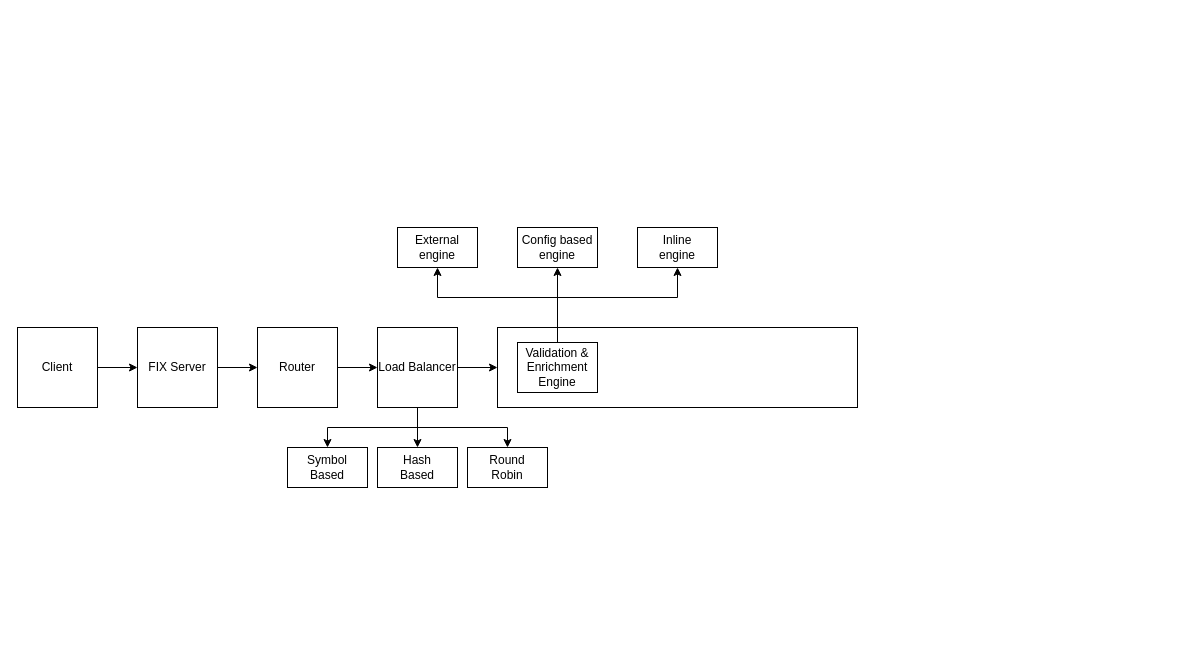
cyberlathe/tradingSystem keeps this draw.io diagram as docs/architecture.drawio. Above is the earlier version. Source tidied: cells renumbered, new cells numbered last; positions are measured from the earlier drawing's top-left corner, leaving out a move shared by most shapes. Both pictures are drawn from the tidied source at 100%, with x=0, y=0 at pixel (17, 227).
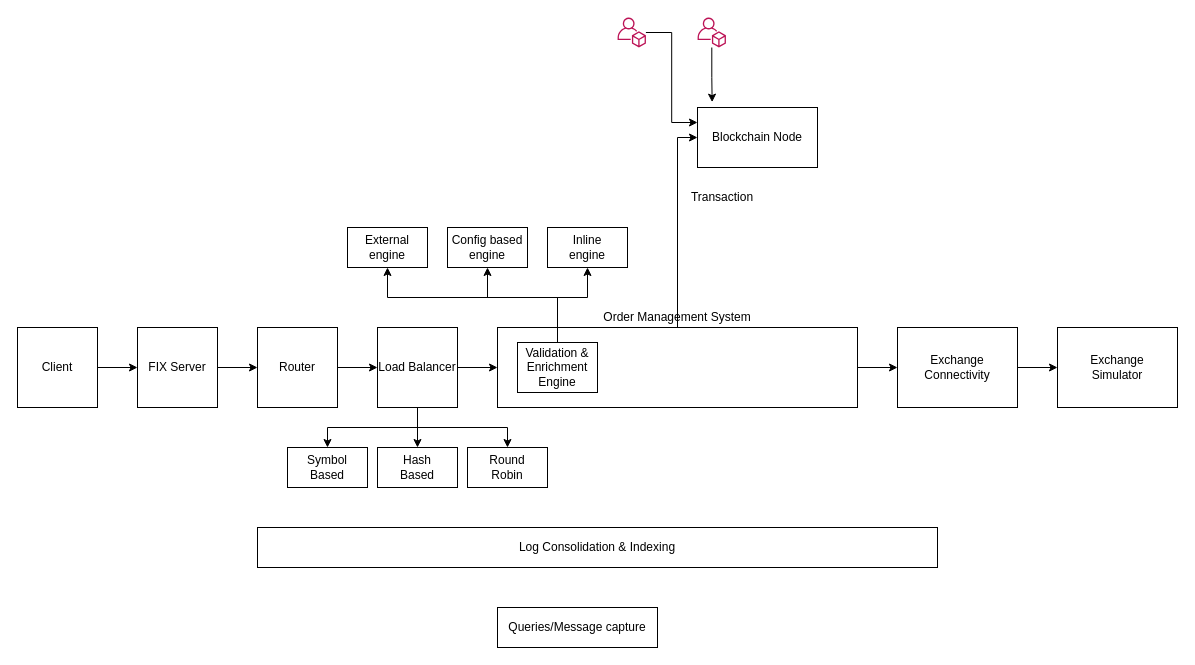
Above is the later version.

Commit message (it also covers changes not shown here):
Updating architecture diagram

The change refers to these unchanged cells:
```xml
<mxCell id="16" style="rounded=0;whiteSpace=wrap;html=1;" parent="1" vertex="1">
  <mxGeometry x="480" y="100" width="360" height="80" as="geometry" />
</mxCell>
<mxCell id="20" value="&lt;div&gt;Validation &amp;amp; Enrichment &lt;br&gt;&lt;/div&gt;&lt;div&gt;Engine&lt;/div&gt;" style="rounded=0;whiteSpace=wrap;html=1;" parent="1" vertex="1">
  <mxGeometry x="500" y="115" width="80" height="50" as="geometry" />
</mxCell>
```

Diff of the diagram source:
```diff
@@
+    <mxCell id="24" style="edgeStyle=orthogonalEdgeStyle;rounded=0;jettySize=auto;html=1;entryX=0;entryY=0.5;entryDx=0;entryDy=0;" parent="1" edge="1" source="16" target="28">
+      <mxGeometry relative="1" as="geometry" />
+    </mxCell>
+    <mxCell id="25" style="edgeStyle=orthogonalEdgeStyle;rounded=0;jettySize=auto;html=1;entryX=0;entryY=0.5;entryDx=0;entryDy=0;" parent="1" edge="1" source="16" target="32">
+      <mxGeometry relative="1" as="geometry" />
+    </mxCell>
@@
     <mxCell id="17" style="edgeStyle=orthogonalEdgeStyle;rounded=0;jettySize=auto;html=1;entryX=0.5;entryY=1;entryDx=0;entryDy=0;" parent="1" edge="1" source="20" target="21">
-      <mxGeometry relative="1" as="geometry" />
+      <mxGeometry relative="1" as="geometry">
+        <Array as="points">
+          <mxPoint x="540" y="70" />
+          <mxPoint x="470" y="70" />
+        </Array>
+      </mxGeometry>
     </mxCell>
     <mxCell id="18" style="edgeStyle=orthogonalEdgeStyle;rounded=0;jettySize=auto;html=1;entryX=0.5;entryY=1;entryDx=0;entryDy=0;" parent="1" edge="1" source="20" target="23">
       <mxGeometry relative="1" as="geometry">
         <Array as="points">
           <mxPoint x="540" y="70" />
-          <mxPoint x="660" y="70" />
+          <mxPoint x="570" y="70" />
         </Array>
       </mxGeometry>
     </mxCell>
-    <mxCell id="19" style="edgeStyle=orthogonalEdgeStyle;rounded=0;jettySize=auto;html=1;" parent="1" edge="1" source="20" target="22">
+    <mxCell id="19" style="edgeStyle=orthogonalEdgeStyle;rounded=0;jettySize=auto;html=1;entryX=0.5;entryY=1;entryDx=0;entryDy=0;" parent="1" edge="1" source="20" target="22">
       <mxGeometry relative="1" as="geometry">
         <Array as="points">
           <mxPoint x="540" y="70" />
-          <mxPoint x="420" y="70" />
+          <mxPoint x="370" y="70" />
         </Array>
       </mxGeometry>
     </mxCell>
@@
     <mxCell id="21" value="&lt;div&gt;Config based&lt;/div&gt;&lt;div&gt;engine&lt;br&gt;&lt;/div&gt;" style="rounded=0;whiteSpace=wrap;html=1;" parent="1" vertex="1">
-      <mxGeometry x="500" width="80" height="40" as="geometry" />
+      <mxGeometry x="430" width="80" height="40" as="geometry" />
     </mxCell>
     <mxCell id="22" value="External&lt;div&gt;engine&lt;br&gt;&lt;/div&gt;" style="rounded=0;whiteSpace=wrap;html=1;" parent="1" vertex="1">
-      <mxGeometry x="380" width="80" height="40" as="geometry" />
+      <mxGeometry x="330" width="80" height="40" as="geometry" />
     </mxCell>
     <mxCell id="23" value="Inline&lt;br&gt;&lt;div&gt;engine&lt;br&gt;&lt;/div&gt;" style="rounded=0;whiteSpace=wrap;html=1;" parent="1" vertex="1">
-      <mxGeometry x="620" width="80" height="40" as="geometry" />
+      <mxGeometry x="530" width="80" height="40" as="geometry" />
     </mxCell>
+    <mxCell id="26" value="Order Management System" style="text;html=1;strokeColor=none;fillColor=none;align=center;verticalAlign=middle;whiteSpace=wrap;rounded=0;" parent="1" vertex="1">
+      <mxGeometry x="560" y="80" width="200" height="20" as="geometry" />
+    </mxCell>
+    <mxCell id="27" style="edgeStyle=orthogonalEdgeStyle;rounded=0;jettySize=auto;html=1;entryX=0;entryY=0.5;entryDx=0;entryDy=0;" parent="1" edge="1" source="28" target="29">
+      <mxGeometry relative="1" as="geometry" />
+    </mxCell>
+    <mxCell id="28" value="Exchange Connectivity" style="rounded=0;whiteSpace=wrap;html=1;" parent="1" vertex="1">
+      <mxGeometry x="880" y="100" width="120" height="80" as="geometry" />
+    </mxCell>
+    <mxCell id="29" value="Exchange&lt;br&gt;Simulator" style="rounded=0;whiteSpace=wrap;html=1;" parent="1" vertex="1">
+      <mxGeometry x="1040" y="100" width="120" height="80" as="geometry" />
+    </mxCell>
+    <mxCell id="30" value="Log Consolidation &amp;amp; Indexing" style="rounded=0;whiteSpace=wrap;html=1;" parent="1" vertex="1">
+      <mxGeometry x="240" y="300" width="680" height="40" as="geometry" />
+    </mxCell>
+    <mxCell id="31" value="Queries/Message capture" style="rounded=0;whiteSpace=wrap;html=1;" parent="1" vertex="1">
+      <mxGeometry x="480" y="380" width="160" height="40" as="geometry" />
+    </mxCell>
+    <mxCell id="32" value="Blockchain Node" style="rounded=0;whiteSpace=wrap;html=1;" parent="1" vertex="1">
+      <mxGeometry x="680" y="-120" width="120" height="60" as="geometry" />
+    </mxCell>
+    <mxCell id="33" value="Transaction" style="text;html=1;strokeColor=none;fillColor=none;align=center;verticalAlign=middle;whiteSpace=wrap;rounded=0;" parent="1" vertex="1">
+      <mxGeometry x="670" y="-40" width="70" height="20" as="geometry" />
+    </mxCell>
+    <mxCell id="34" style="edgeStyle=orthogonalEdgeStyle;rounded=0;jettySize=auto;html=1;entryX=0;entryY=0.25;entryDx=0;entryDy=0;" parent="1" edge="1" source="35" target="32">
+      <mxGeometry relative="1" as="geometry" />
+    </mxCell>
+    <mxCell id="35" style="outlineConnect=0;fontColor=#232F3E;gradientColor=none;fillColor=#BC1356;strokeColor=none;dashed=0;verticalLabelPosition=bottom;verticalAlign=top;align=center;html=1;fontSize=12;fontStyle=0;shape=mxgraph.aws4.organizations_account;" parent="1" vertex="1">
+      <mxGeometry x="600" y="-210" width="28.5" height="30" as="geometry" />
+    </mxCell>
+    <mxCell id="36" style="edgeStyle=orthogonalEdgeStyle;rounded=0;jettySize=auto;html=1;entryX=0.122;entryY=-0.089;entryDx=0;entryDy=0;entryPerimeter=0;" parent="1" edge="1" source="37" target="32">
+      <mxGeometry relative="1" as="geometry" />
+    </mxCell>
+    <mxCell id="37" style="outlineConnect=0;fontColor=#232F3E;gradientColor=none;fillColor=#BC1356;strokeColor=none;dashed=0;verticalLabelPosition=bottom;verticalAlign=top;align=center;html=1;fontSize=12;fontStyle=0;shape=mxgraph.aws4.organizations_account;" parent="1" vertex="1">
+      <mxGeometry x="680" y="-210" width="28.5" height="30" as="geometry" />
+    </mxCell>
```
